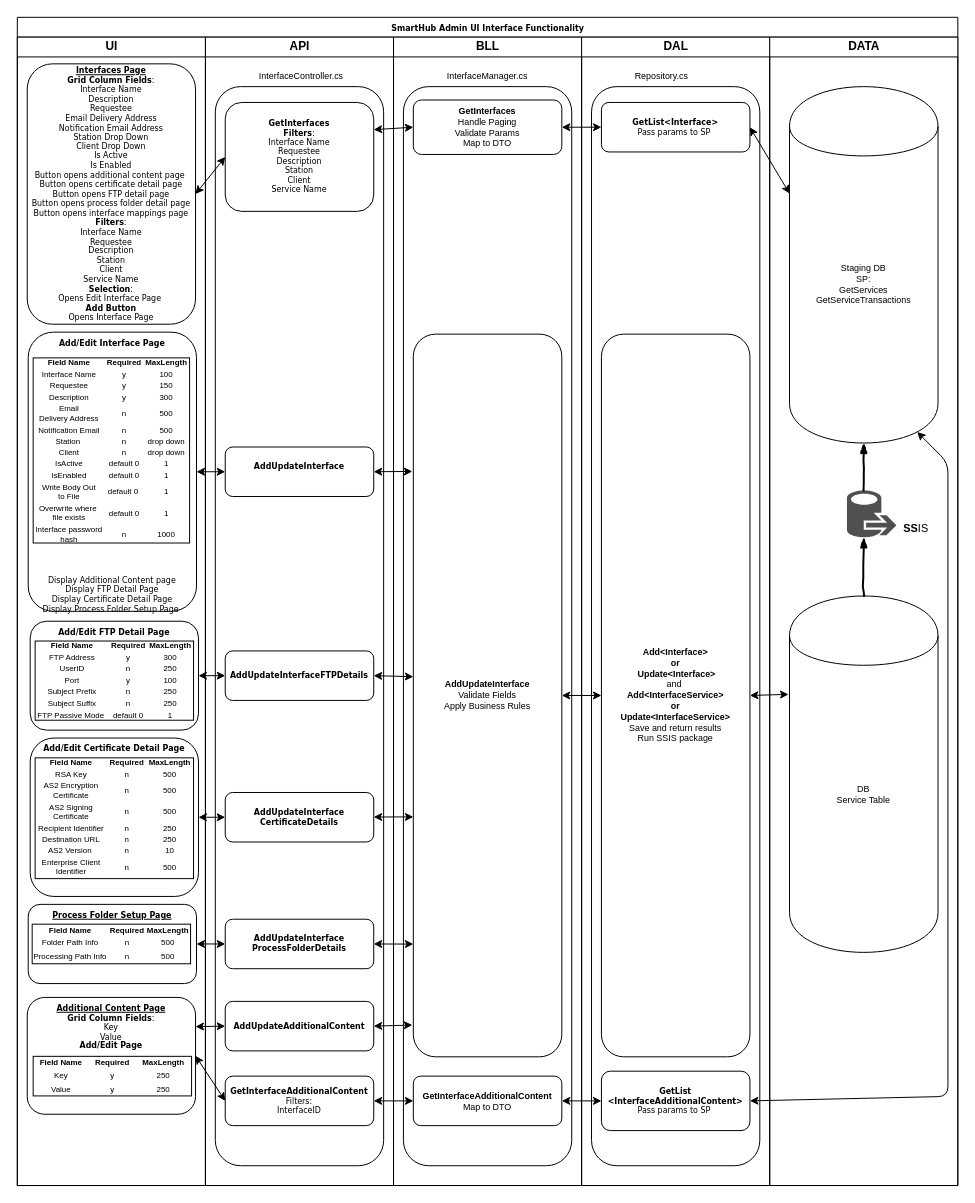
Before: SHAdminUI-InterfaceMapping-Functionality.drawio in Cyrolies/TigersFreightDocs, a draw.io diagram. Source tidied: cells renumbered, new cells numbered last; positions are measured from the earlier drawing's top-left corner, leaving out a move shared by most shapes. Both pictures are drawn from the tidied source at 99%, with x=0, y=0 at pixel (17, 17).
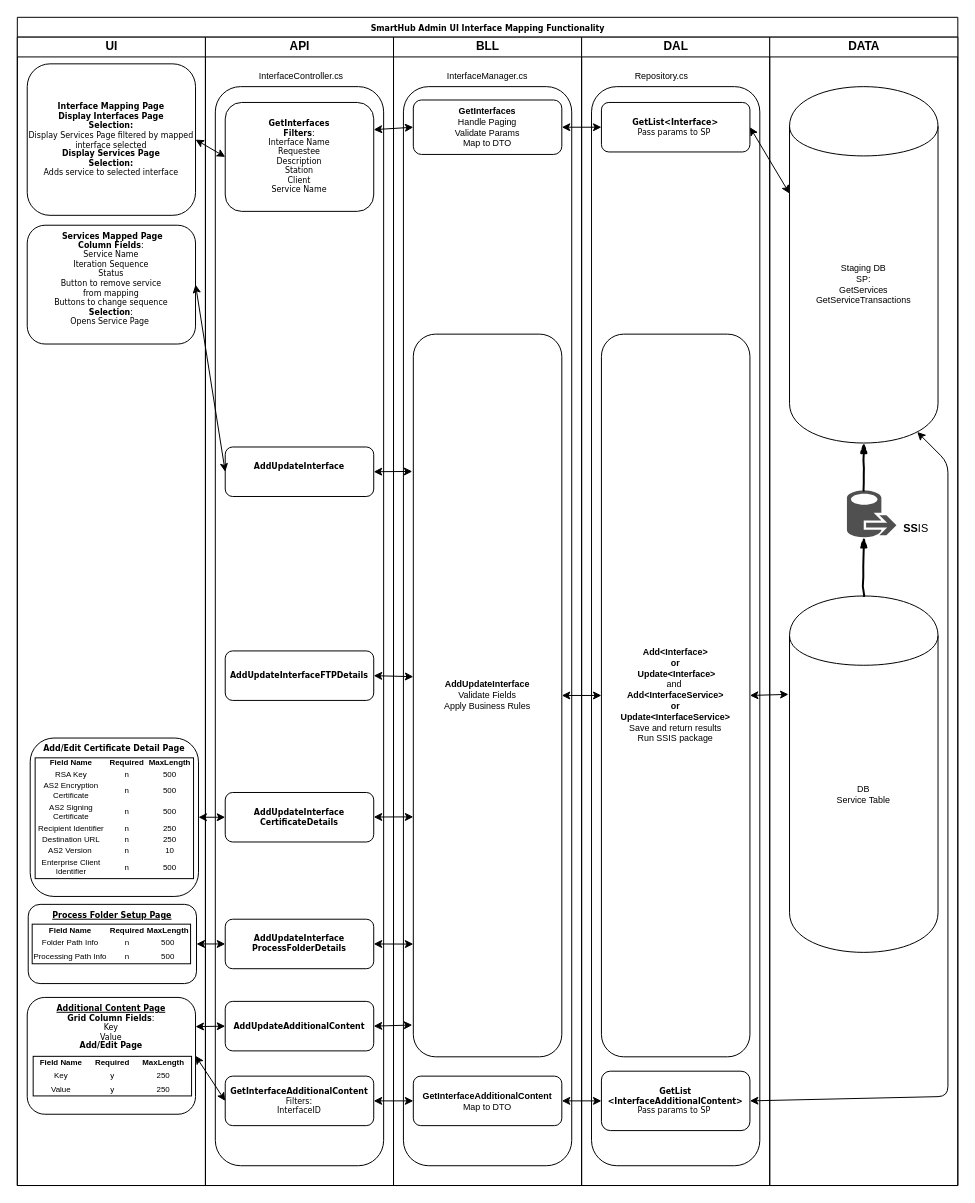
The same diagram, later.

The change refers to these unchanged cells:
```xml
<mxCell id="3" value="UI" style="swimlane;html=1;startSize=20;" parent="2" vertex="1">
  <mxGeometry y="20" width="190" height="1160" as="geometry" />
</mxCell>
<mxCell id="24" value="&lt;b&gt;AddUpdateInterfaceFTPDetails&lt;/b&gt;" style="rounded=1;whiteSpace=wrap;html=1;shadow=0;labelBackgroundColor=none;strokeColor=#000000;strokeWidth=1;fillColor=#ffffff;fontFamily=Verdana;fontSize=8;fontColor=#000000;align=center;verticalAlign=middle;" parent="15" vertex="1">
  <mxGeometry x="20" y="620" width="150" height="50" as="geometry" />
</mxCell>
```

What changed in the source:
```diff
@@
-    <mxCell id="2" value="SmartHub Admin UI Interface Functionality" style="swimlane;html=1;startSize=20;rounded=0;shadow=0;labelBackgroundColor=none;strokeColor=#000000;strokeWidth=1;fillColor=#ffffff;fontFamily=Verdana;fontSize=8;fontColor=#000000;align=center;verticalAlign=top;" parent="1" vertex="1">
+    <mxCell id="2" value="SmartHub Admin UI Interface Mapping Functionality" style="swimlane;html=1;startSize=20;rounded=0;shadow=0;labelBackgroundColor=none;strokeColor=#000000;strokeWidth=1;fillColor=#ffffff;fontFamily=Verdana;fontSize=8;fontColor=#000000;align=center;verticalAlign=top;" parent="1" vertex="1">
       <mxGeometry width="950" height="1180" as="geometry" />
     </mxCell>
@@
-    <mxCell id="5" value="&lt;b&gt;&lt;u&gt;Interfaces Page&lt;br&gt;&lt;/u&gt;Grid Column Fields&lt;/b&gt;:&lt;br&gt;Interface Name&lt;br&gt;Description&lt;br&gt;Requestee&lt;br&gt;Email Delivery Address&lt;br&gt;Notification Email Address&lt;br&gt;Station Drop Down&lt;br&gt;Client Drop Down&lt;br&gt;Is Active&lt;br&gt;Is Enabled&lt;br&gt;Button opens additional content page&amp;nbsp;&lt;br&gt;Button opens certificate detail page&lt;br&gt;Button opens FTP detail page&lt;br&gt;Button opens process folder detail page&lt;br&gt;Button opens interface mappings page&lt;br&gt;&lt;b&gt;Filters&lt;/b&gt;:&lt;br&gt;Interface Name&lt;br&gt;Requestee&lt;br&gt;Description&lt;br&gt;Station&lt;br&gt;Client&lt;br&gt;Service Name&lt;br&gt;&lt;b&gt;Selection&lt;/b&gt;:&lt;br&gt;Opens Edit Interface Page&amp;nbsp;&lt;br&gt;&lt;b&gt;Add Button&lt;/b&gt;&lt;br&gt;Opens Interface Page" style="rounded=1;whiteSpace=wrap;html=1;shadow=0;labelBackgroundColor=none;strokeColor=#000000;strokeWidth=1;fillColor=#ffffff;fontFamily=Verdana;fontSize=8;fontColor=#000000;align=center;" parent="3" vertex="1">
-      <mxGeometry x="10" y="27" width="170" height="263" as="geometry" />
+    <mxCell id="5" value="&lt;b&gt;Interface Mapping Page&lt;/b&gt;&lt;br&gt;&lt;b&gt;Display Interfaces Page&lt;/b&gt;&lt;br&gt;&lt;b&gt;Selection:&lt;br&gt;&lt;/b&gt;Display Services Page filtered by mapped interface selected&lt;br&gt;&lt;b&gt;Display Services Page&lt;/b&gt;&lt;br&gt;&lt;b&gt;Selection:&lt;/b&gt;&lt;br&gt;Adds service to selected interface" style="rounded=1;whiteSpace=wrap;html=1;shadow=0;labelBackgroundColor=none;strokeColor=#000000;strokeWidth=1;fillColor=#ffffff;fontFamily=Verdana;fontSize=8;fontColor=#000000;align=center;" parent="3" vertex="1">
+      <mxGeometry x="10" y="27" width="170" height="153" as="geometry" />
     </mxCell>
-    <mxCell id="6" value="&lt;b&gt;Add/Edit Interface Page&lt;/b&gt;&lt;br&gt;&lt;br&gt;&lt;br&gt;&lt;br&gt;&lt;br&gt;&lt;br&gt;&lt;br&gt;&lt;br&gt;&lt;br&gt;&lt;br&gt;&lt;br&gt;&lt;br&gt;&lt;br&gt;&lt;br&gt;&lt;br&gt;&lt;br&gt;&lt;br&gt;&lt;br&gt;&lt;br&gt;&lt;br&gt;&lt;br&gt;&lt;br&gt;&lt;br&gt;&lt;br&gt;&lt;br&gt;Display Additional Content page&lt;br&gt;Display FTP Detail Page&lt;br&gt;Display Certificate Detail Page&lt;br&gt;Display Process Folder Setup Page&amp;nbsp;" style="rounded=1;whiteSpace=wrap;html=1;shadow=0;labelBackgroundColor=none;strokeColor=#000000;strokeWidth=1;fillColor=#ffffff;fontFamily=Verdana;fontSize=8;fontColor=#000000;align=center;verticalAlign=top;" parent="3" vertex="1">
-      <mxGeometry x="11" y="298" width="170" height="282" as="geometry" />
+    <mxCell id="6" value="&lt;b&gt;&amp;nbsp;Services Mapped Page&lt;/b&gt;&lt;br&gt;&lt;b&gt;Column Fields&lt;/b&gt;:&lt;br&gt;Service Name&lt;br&gt;Iteration Sequence&lt;br&gt;Status&lt;br&gt;Button to remove service&lt;br&gt;from mapping&lt;br&gt;Buttons to change sequence&lt;br&gt;&lt;b&gt;Selection&lt;/b&gt;:&lt;br&gt;Opens Service Page&amp;nbsp;" style="rounded=1;whiteSpace=wrap;html=1;shadow=0;labelBackgroundColor=none;strokeColor=#000000;strokeWidth=1;fillColor=#ffffff;fontFamily=Verdana;fontSize=8;fontColor=#000000;align=center;verticalAlign=top;" parent="3" vertex="1">
+      <mxGeometry x="10" y="190" width="170" height="120" as="geometry" />
     </mxCell>
@@
-    <mxCell id="8" value="&lt;table border=&quot;0&quot; width=&quot;100%&quot; style=&quot;width: 100% ; height: 100% ; border-collapse: collapse&quot;&gt;&lt;tbody&gt;&lt;tr&gt;&lt;td&gt;&lt;b&gt;Field Name&lt;/b&gt;&lt;/td&gt;&lt;td&gt;&lt;b&gt;Required&lt;/b&gt;&lt;/td&gt;&lt;td&gt;&lt;b&gt;MaxLength&lt;/b&gt;&lt;/td&gt;&lt;/tr&gt;&lt;tr&gt;&lt;td&gt;Interface Name&lt;/td&gt;&lt;td&gt;y&lt;/td&gt;&lt;td&gt;100&lt;/td&gt;&lt;/tr&gt;&lt;tr&gt;&lt;td&gt;Requestee&lt;/td&gt;&lt;td&gt;y&lt;/td&gt;&lt;td&gt;150&lt;/td&gt;&lt;/tr&gt;&lt;tr&gt;&lt;td&gt;Description&lt;/td&gt;&lt;td&gt;y&lt;/td&gt;&lt;td&gt;300&lt;/td&gt;&lt;/tr&gt;&lt;tr&gt;&lt;td&gt;Email &lt;br&gt;Delivery Address&lt;/td&gt;&lt;td&gt;n&lt;/td&gt;&lt;td&gt;500&lt;/td&gt;&lt;/tr&gt;&lt;tr&gt;&lt;td&gt;Notification Email&lt;br&gt;&lt;/td&gt;&lt;td&gt;n&lt;/td&gt;&lt;td&gt;500&lt;/td&gt;&lt;/tr&gt;&lt;tr&gt;&lt;td&gt;Station&amp;nbsp;&lt;/td&gt;&lt;td&gt;n&lt;/td&gt;&lt;td&gt;drop down&lt;/td&gt;&lt;/tr&gt;&lt;tr&gt;&lt;td&gt;Client&lt;/td&gt;&lt;td&gt;n&lt;/td&gt;&lt;td&gt;drop down&lt;/td&gt;&lt;/tr&gt;&lt;tr&gt;&lt;td&gt;IsActive&lt;/td&gt;&lt;td&gt;default 0&lt;/td&gt;&lt;td&gt;1&lt;/td&gt;&lt;/tr&gt;&lt;tr&gt;&lt;td&gt;IsEnabled&lt;/td&gt;&lt;td&gt;default 0&lt;/td&gt;&lt;td&gt;1&lt;/td&gt;&lt;/tr&gt;&lt;tr&gt;&lt;td&gt;Write Body Out&lt;br&gt;to File&lt;/td&gt;&lt;td&gt;default 0&amp;nbsp;&lt;/td&gt;&lt;td&gt;1&lt;/td&gt;&lt;/tr&gt;&lt;tr&gt;&lt;td&gt;Overwrite where&amp;nbsp;&lt;br&gt;file exists&lt;/td&gt;&lt;td&gt;default 0&lt;/td&gt;&lt;td&gt;1&lt;/td&gt;&lt;/tr&gt;&lt;tr&gt;&lt;td&gt;Interface password&lt;br&gt;hash&lt;/td&gt;&lt;td&gt;n&lt;/td&gt;&lt;td&gt;1000&lt;/td&gt;&lt;/tr&gt;&lt;tr&gt;&lt;td&gt;&lt;br&gt;&lt;/td&gt;&lt;td&gt;&lt;br&gt;&lt;/td&gt;&lt;td&gt;&lt;br&gt;&lt;/td&gt;&lt;/tr&gt;&lt;tr&gt;&lt;td&gt;&lt;br&gt;&lt;/td&gt;&lt;td&gt;&lt;br&gt;&lt;/td&gt;&lt;td&gt;&lt;br&gt;&lt;/td&gt;&lt;/tr&gt;&lt;/tbody&gt;&lt;/table&gt;" style="text;html=1;strokeColor=#000000;fillColor=none;overflow=fill;fontSize=8;align=center;strokeWidth=1;" parent="3" vertex="1">
-      <mxGeometry x="16" y="324" width="158" height="187" as="geometry" />
-    </mxCell>
-    <mxCell id="9" value="&lt;b&gt;Add/Edit FTP Detail Page&lt;br&gt;&lt;/b&gt;" style="rounded=1;whiteSpace=wrap;html=1;shadow=0;labelBackgroundColor=none;strokeColor=#000000;strokeWidth=1;fillColor=#ffffff;fontFamily=Verdana;fontSize=8;fontColor=#000000;align=center;verticalAlign=top;" parent="3" vertex="1">
-      <mxGeometry x="13" y="590" width="170" height="110" as="geometry" />
-    </mxCell>
-    <mxCell id="10" value="&lt;table border=&quot;0&quot; width=&quot;100%&quot; style=&quot;width: 100% ; height: 100% ; border-collapse: collapse&quot;&gt;&lt;tbody&gt;&lt;tr&gt;&lt;td&gt;&lt;b&gt;Field Name&lt;/b&gt;&lt;/td&gt;&lt;td&gt;&lt;b&gt;Required&lt;/b&gt;&lt;/td&gt;&lt;td&gt;&lt;b&gt;MaxLength&lt;/b&gt;&lt;/td&gt;&lt;/tr&gt;&lt;tr&gt;&lt;td&gt;FTP Address&lt;/td&gt;&lt;td&gt;y&lt;/td&gt;&lt;td&gt;300&lt;/td&gt;&lt;/tr&gt;&lt;tr&gt;&lt;td&gt;UserID&lt;/td&gt;&lt;td&gt;n&lt;/td&gt;&lt;td&gt;250&lt;/td&gt;&lt;/tr&gt;&lt;tr&gt;&lt;td&gt;Port&lt;/td&gt;&lt;td&gt;y&lt;/td&gt;&lt;td&gt;100&lt;/td&gt;&lt;/tr&gt;&lt;tr&gt;&lt;td&gt;Subject Prefix&lt;br&gt;&lt;/td&gt;&lt;td&gt;n&lt;/td&gt;&lt;td&gt;250&lt;/td&gt;&lt;/tr&gt;&lt;tr&gt;&lt;td&gt;Subject Suffix&lt;/td&gt;&lt;td&gt;n&lt;/td&gt;&lt;td&gt;250&lt;/td&gt;&lt;/tr&gt;&lt;tr&gt;&lt;td&gt;FTP Passive Mode&amp;nbsp;&lt;/td&gt;&lt;td&gt;default 0&lt;/td&gt;&lt;td&gt;1&lt;/td&gt;&lt;/tr&gt;&lt;/tbody&gt;&lt;/table&gt;" style="text;html=1;strokeColor=#000000;fillColor=none;overflow=fill;fontSize=8;align=center;strokeWidth=1;" parent="3" vertex="1">
-      <mxGeometry x="18" y="610" width="160" height="80" as="geometry" />
-    </mxCell>
@@
-    <mxCell id="53" style="endArrow=classic;startArrow=classic;html=1;entryX=0;entryY=0.5;entryDx=0;entryDy=0;exitX=1;exitY=0.5;exitDx=0;exitDy=0;" parent="2" edge="1" source="9" target="24">
-      <mxGeometry relative="1" as="geometry" />
-    </mxCell>
```
